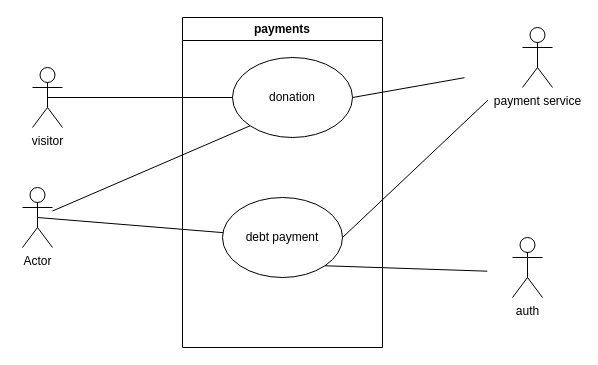
The draw.io diagram diagrams/usecasePayments.drawio in aviram10/kehilat-israel, before the edit. Source tidied: cells renumbered, new cells numbered last; positions are measured from the earlier drawing's top-left corner, leaving out a move shared by most shapes. Both pictures are drawn from the tidied source at 100%, with x=0, y=0 at pixel (22, 17).
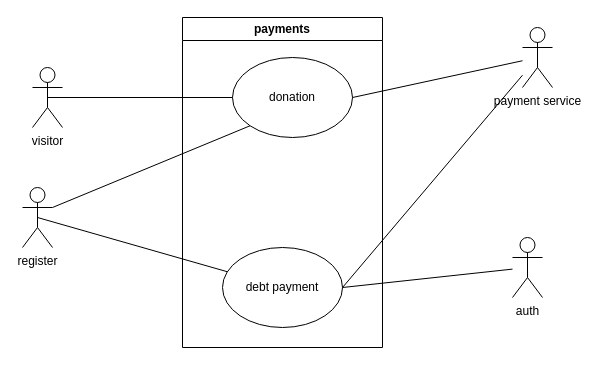
Above is the later version.

Change to the diagram source:
```diff
@@
 <mxGraphModel>
   <root>
     <mxCell id="0" />
     <mxCell id="1" parent="0" />
     <mxCell id="2" value="payments" style="swimlane;whiteSpace=wrap;html=1;" parent="1" vertex="1">
       <mxGeometry x="160" width="200" height="330" as="geometry" />
     </mxCell>
     <mxCell id="3" value="donation" style="ellipse;whiteSpace=wrap;html=1;" parent="2" vertex="1">
       <mxGeometry x="50" y="40" width="120" height="80" as="geometry" />
     </mxCell>
     <mxCell id="4" value="debt payment" style="ellipse;whiteSpace=wrap;html=1;" parent="2" vertex="1">
-      <mxGeometry x="40" y="180" width="120" height="80" as="geometry" />
+      <mxGeometry x="40" y="230" width="120" height="80" as="geometry" />
     </mxCell>
     <mxCell id="5" style="edgeStyle=none;html=1;exitX=0.5;exitY=0.5;exitDx=0;exitDy=0;exitPerimeter=0;endArrow=none;endFill=0;" parent="1" edge="1" source="6" target="3">
       <mxGeometry relative="1" as="geometry" />
     </mxCell>
     <mxCell id="6" value="visitor" style="shape=umlActor;verticalLabelPosition=bottom;verticalAlign=top;html=1;outlineConnect=0;" parent="1" vertex="1">
       <mxGeometry x="10" y="50" width="30" height="60" as="geometry" />
     </mxCell>
-    <mxCell id="7" style="edgeStyle=none;html=1;entryX=0;entryY=1;entryDx=0;entryDy=0;endArrow=none;endFill=0;" parent="1" edge="1" source="9" target="3">
+    <mxCell id="7" style="edgeStyle=none;html=1;entryX=0;entryY=1;entryDx=0;entryDy=0;endArrow=none;endFill=0;exitX=1;exitY=0.3333333333333333;exitDx=0;exitDy=0;exitPerimeter=0;" parent="1" edge="1" source="9" target="3">
       <mxGeometry relative="1" as="geometry" />
     </mxCell>
     <mxCell id="8" style="edgeStyle=none;html=1;exitX=0.5;exitY=0.5;exitDx=0;exitDy=0;exitPerimeter=0;endArrow=none;endFill=0;" parent="1" edge="1" source="9" target="4">
       <mxGeometry relative="1" as="geometry" />
     </mxCell>
-    <mxCell id="9" value="Actor" style="shape=umlActor;verticalLabelPosition=bottom;verticalAlign=top;html=1;outlineConnect=0;" parent="1" vertex="1">
+    <mxCell id="9" value="register" style="shape=umlActor;verticalLabelPosition=bottom;verticalAlign=top;html=1;outlineConnect=0;" parent="1" vertex="1">
       <mxGeometry y="170" width="30" height="60" as="geometry" />
     </mxCell>
-    <mxCell id="10" style="edgeStyle=none;html=1;exitX=1;exitY=0.5;exitDx=0;exitDy=0;endArrow=none;endFill=0;" parent="1" edge="1" source="3">
-      <mxGeometry relative="1" as="geometry">
-        <mxPoint x="442" y="60.2" as="targetPoint" />
-      </mxGeometry>
+    <mxCell id="10" style="edgeStyle=none;html=1;exitX=1;exitY=0.5;exitDx=0;exitDy=0;endArrow=none;endFill=0;" parent="1" edge="1" source="3" target="13">
+      <mxGeometry relative="1" as="geometry" />
     </mxCell>
-    <mxCell id="11" style="edgeStyle=none;html=1;exitX=1;exitY=0.5;exitDx=0;exitDy=0;endArrow=none;endFill=0;" parent="1" edge="1" source="4">
-      <mxGeometry relative="1" as="geometry">
-        <mxPoint x="465.4" y="82.7" as="targetPoint" />
-      </mxGeometry>
+    <mxCell id="11" style="edgeStyle=none;html=1;exitX=1;exitY=0.5;exitDx=0;exitDy=0;endArrow=none;endFill=0;" parent="1" edge="1" source="4" target="13">
+      <mxGeometry relative="1" as="geometry" />
     </mxCell>
-    <mxCell id="12" style="edgeStyle=none;html=1;exitX=1;exitY=1;exitDx=0;exitDy=0;entryX=0.04;entryY=0.671;entryDx=0;entryDy=0;entryPerimeter=0;endArrow=none;endFill=0;" parent="1" edge="1" source="4">
-      <mxGeometry relative="1" as="geometry">
-        <mxPoint x="464.8" y="253.7" as="targetPoint" />
-      </mxGeometry>
+    <mxCell id="12" style="edgeStyle=none;html=1;exitX=1;exitY=0.5;exitDx=0;exitDy=0;endArrow=none;endFill=0;" parent="1" edge="1" source="4" target="14">
+      <mxGeometry relative="1" as="geometry" />
     </mxCell>
     <mxCell id="13" value="payment service" style="shape=umlActor;verticalLabelPosition=bottom;verticalAlign=top;html=1;outlineConnect=0;" parent="1" vertex="1">
       <mxGeometry x="500" y="10" width="30" height="60" as="geometry" />
     </mxCell>
     <mxCell id="14" value="auth" style="shape=umlActor;verticalLabelPosition=bottom;verticalAlign=top;html=1;outlineConnect=0;" parent="1" vertex="1">
       <mxGeometry x="490" y="220" width="30" height="60" as="geometry" />
     </mxCell>
   </root>
 </mxGraphModel>
```
